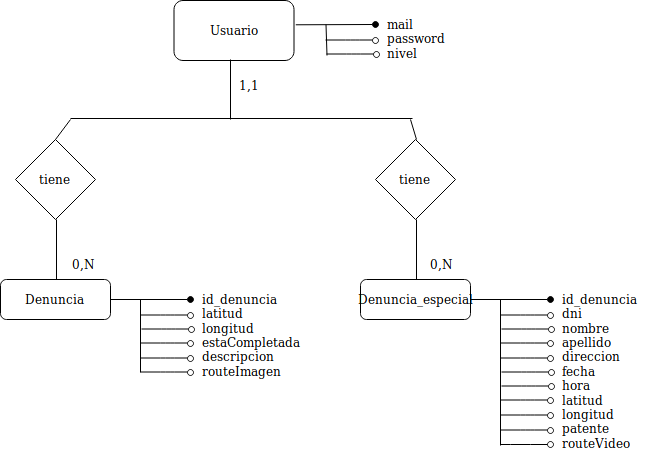
The draw.io diagram documentacion/DER GarbageMap.png in santiago-a-vidal/GarbageMap, before a commit. Source tidied: cells renumbered, new cells last; positions are measured from the earlier drawing's top-left corner, leaving out a move shared by most shapes.
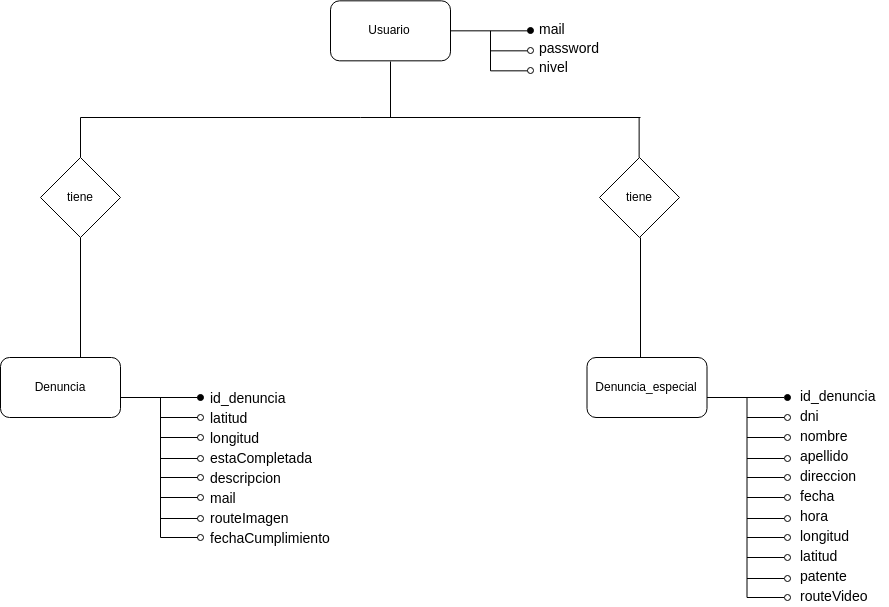
The same diagram one commit later.

Diff of the diagram source:
```diff
@@ -1,255 +1,214 @@
-<mxGraphModel>
+<mxGraphModel background="#ffffff">
   <root>
     <mxCell id="0" />
     <mxCell id="1" parent="0" />
+    <mxCell id="19" value="Denuncia" style="rounded=1;whiteSpace=wrap;html=1;" parent="1" vertex="1">
+      <mxGeometry x="-10" y="339" width="120" height="60" as="geometry" />
+    </mxCell>
+    <mxCell id="5" value="Denuncia_especial" style="rounded=1;whiteSpace=wrap;html=1;" parent="1" vertex="1">
+      <mxGeometry x="576.5" y="339" width="120" height="60" as="geometry" />
+    </mxCell>
     <mxCell id="2" value="Usuario" style="rounded=1;whiteSpace=wrap;html=1;" parent="1" vertex="1">
-      <mxGeometry x="173.5" width="120" height="60" as="geometry" />
+      <mxGeometry x="320" y="-17.7" width="120" height="60" as="geometry" />
     </mxCell>
-    <mxCell id="3" value="tiene" style="rhombus;whiteSpace=wrap;html=1;" parent="1" vertex="1">
-      <mxGeometry x="375" y="139" width="80" height="80" as="geometry" />
-    </mxCell>
-    <mxCell id="4" style="rounded=0;jettySize=auto;html=1;exitX=1;exitY=0.5;exitDx=0;exitDy=0;strokeColor=#000000;startArrow=none;startFill=0;jumpStyle=gap;strokeWidth=1;endArrow=oval;endFill=1;" parent="1" edge="1" source="5">
-      <mxGeometry relative="1" as="geometry">
-        <mxPoint x="550" y="299" as="targetPoint" />
-      </mxGeometry>
-    </mxCell>
-    <mxCell id="5" value="Denuncia_especial" style="rounded=1;whiteSpace=wrap;html=1;" parent="1" vertex="1">
-      <mxGeometry x="360" y="279" width="110" height="40" as="geometry" />
-    </mxCell>
-    <mxCell id="6" style="endArrow=none;html=1;strokeColor=#000000;strokeWidth=1;endFill=0;arcSize=20;" parent="1" edge="1">
-      <mxGeometry relative="1" as="geometry">
-        <mxPoint x="500" y="299" as="sourcePoint" />
-        <mxPoint x="500" y="445" as="targetPoint" />
-      </mxGeometry>
-    </mxCell>
-    <mxCell id="7" style="endArrow=oval;html=1;strokeColor=#000000;strokeWidth=1;startArrow=none;startFill=0;endFill=0;" parent="1" edge="1">
-      <mxGeometry relative="1" as="geometry">
-        <mxPoint x="500" y="314.5" as="sourcePoint" />
-        <mxPoint x="550" y="314.5" as="targetPoint" />
-        <Array as="points">
-          <mxPoint x="530" y="314.5" />
-        </Array>
-      </mxGeometry>
-    </mxCell>
-    <mxCell id="8" style="endArrow=oval;html=1;strokeColor=#000000;strokeWidth=1;endFill=0;" parent="1" edge="1">
-      <mxGeometry relative="1" as="geometry">
-        <mxPoint x="501" y="328.5" as="sourcePoint" />
-        <mxPoint x="551" y="328.5" as="targetPoint" />
-        <Array as="points">
-          <mxPoint x="531" y="328.5" />
-        </Array>
-      </mxGeometry>
-    </mxCell>
-    <mxCell id="9" style="endArrow=oval;html=1;strokeColor=#000000;strokeWidth=1;endFill=0;" parent="1" edge="1">
-      <mxGeometry relative="1" as="geometry">
-        <mxPoint x="500" y="342.5" as="sourcePoint" />
-        <mxPoint x="550" y="342.5" as="targetPoint" />
-        <Array as="points">
-          <mxPoint x="530" y="342.5" />
-        </Array>
-      </mxGeometry>
-    </mxCell>
-    <mxCell id="10" style="endArrow=oval;html=1;strokeColor=#000000;strokeWidth=1;endFill=0;" parent="1" edge="1">
-      <mxGeometry relative="1" as="geometry">
-        <mxPoint x="500" y="357.5" as="sourcePoint" />
-        <mxPoint x="550" y="357.5" as="targetPoint" />
-        <Array as="points">
-          <mxPoint x="530" y="357.5" />
-        </Array>
-      </mxGeometry>
-    </mxCell>
-    <mxCell id="11" style="endArrow=oval;html=1;strokeColor=#000000;strokeWidth=1;endFill=0;" parent="1" edge="1">
-      <mxGeometry relative="1" as="geometry">
-        <mxPoint x="501" y="371.5" as="sourcePoint" />
-        <mxPoint x="551" y="371.5" as="targetPoint" />
-        <Array as="points">
-          <mxPoint x="531" y="371.5" />
-        </Array>
-      </mxGeometry>
-    </mxCell>
-    <mxCell id="12" style="endArrow=oval;html=1;strokeColor=#000000;strokeWidth=1;endFill=0;" parent="1" edge="1">
-      <mxGeometry relative="1" as="geometry">
-        <mxPoint x="501" y="385.5" as="sourcePoint" />
-        <mxPoint x="551" y="385.5" as="targetPoint" />
-        <Array as="points">
-          <mxPoint x="531" y="385.5" />
-        </Array>
-      </mxGeometry>
-    </mxCell>
-    <mxCell id="13" style="endArrow=oval;html=1;strokeColor=#000000;strokeWidth=1;endFill=0;" parent="1" edge="1">
-      <mxGeometry relative="1" as="geometry">
-        <mxPoint x="500" y="399.5" as="sourcePoint" />
-        <mxPoint x="550" y="399.5" as="targetPoint" />
-        <Array as="points">
-          <mxPoint x="530" y="399.5" />
-        </Array>
-      </mxGeometry>
-    </mxCell>
-    <mxCell id="14" style="endArrow=oval;html=1;strokeColor=#000000;strokeWidth=1;endFill=0;" parent="1" edge="1">
-      <mxGeometry relative="1" as="geometry">
-        <mxPoint x="500" y="414.5" as="sourcePoint" />
-        <mxPoint x="550" y="414.5" as="targetPoint" />
-        <Array as="points">
-          <mxPoint x="530" y="414.5" />
-        </Array>
-      </mxGeometry>
-    </mxCell>
-    <mxCell id="15" style="endArrow=oval;html=1;strokeColor=#000000;strokeWidth=1;endFill=0;" parent="1" edge="1">
-      <mxGeometry relative="1" as="geometry">
-        <mxPoint x="500" y="429.5" as="sourcePoint" />
-        <mxPoint x="550" y="429.5" as="targetPoint" />
-        <Array as="points">
-          <mxPoint x="530" y="429.5" />
-        </Array>
-      </mxGeometry>
-    </mxCell>
-    <mxCell id="16" style="endArrow=oval;html=1;strokeColor=#000000;strokeWidth=1;endFill=0;" parent="1" edge="1">
-      <mxGeometry relative="1" as="geometry">
-        <mxPoint x="500" y="444" as="sourcePoint" />
-        <mxPoint x="550" y="444" as="targetPoint" />
-        <Array as="points">
-          <mxPoint x="520" y="444" />
-        </Array>
-      </mxGeometry>
-    </mxCell>
-    <mxCell id="17" value="&lt;div&gt;id_denuncia&lt;/div&gt;&lt;div&gt;dni&lt;/div&gt;&lt;div&gt;nombre&lt;/div&gt;&lt;div&gt;apellido&lt;/div&gt;&lt;div&gt;direccion&lt;/div&gt;&lt;div&gt;fecha&lt;/div&gt;&lt;div&gt;hora&lt;/div&gt;&lt;div&gt;latitud&lt;/div&gt;&lt;div&gt;longitud&lt;/div&gt;&lt;div&gt;patente &lt;br&gt;&lt;/div&gt;&lt;div&gt;routeVideo&lt;br&gt;&lt;/div&gt;" style="text;html=1;align=left;verticalAlign=top;spacingTop=-4;" parent="1" vertex="1">
-      <mxGeometry x="560" y="289" width="90" height="160" as="geometry" />
-    </mxCell>
-    <mxCell id="18" style="rounded=0;jettySize=auto;html=1;exitX=1;exitY=0.5;exitDx=0;exitDy=0;strokeColor=#000000;startArrow=none;startFill=0;jumpStyle=gap;strokeWidth=1;endArrow=oval;endFill=1;" parent="1" edge="1" source="19">
-      <mxGeometry relative="1" as="geometry">
-        <mxPoint x="190" y="299" as="targetPoint" />
-      </mxGeometry>
-    </mxCell>
-    <mxCell id="19" value="Denuncia" style="rounded=1;whiteSpace=wrap;html=1;" parent="1" vertex="1">
-      <mxGeometry y="279" width="110" height="40" as="geometry" />
-    </mxCell>
-    <mxCell id="20" style="endArrow=none;html=1;strokeColor=#000000;strokeWidth=1;endFill=0;arcSize=0;" parent="1" edge="1">
-      <mxGeometry relative="1" as="geometry">
-        <mxPoint x="140" y="299" as="sourcePoint" />
-        <mxPoint x="140" y="372" as="targetPoint" />
-      </mxGeometry>
-    </mxCell>
-    <mxCell id="21" style="endArrow=oval;html=1;strokeColor=#000000;strokeWidth=1;startArrow=none;startFill=0;endFill=0;" parent="1" edge="1">
-      <mxGeometry relative="1" as="geometry">
-        <mxPoint x="140" y="314.5" as="sourcePoint" />
-        <mxPoint x="190" y="314.5" as="targetPoint" />
-        <Array as="points">
-          <mxPoint x="170" y="314.5" />
-        </Array>
-      </mxGeometry>
-    </mxCell>
-    <mxCell id="22" style="endArrow=oval;html=1;strokeColor=#000000;strokeWidth=1;endFill=0;" parent="1" edge="1">
-      <mxGeometry relative="1" as="geometry">
-        <mxPoint x="141" y="328.5" as="sourcePoint" />
-        <mxPoint x="191" y="328.5" as="targetPoint" />
-        <Array as="points">
-          <mxPoint x="171" y="328.5" />
-        </Array>
-      </mxGeometry>
-    </mxCell>
-    <mxCell id="23" style="endArrow=oval;html=1;strokeColor=#000000;strokeWidth=1;endFill=0;" parent="1" edge="1">
-      <mxGeometry relative="1" as="geometry">
-        <mxPoint x="140" y="342.5" as="sourcePoint" />
-        <mxPoint x="190" y="342.5" as="targetPoint" />
-        <Array as="points">
-          <mxPoint x="170" y="342.5" />
-        </Array>
-      </mxGeometry>
-    </mxCell>
-    <mxCell id="24" style="endArrow=oval;html=1;strokeColor=#000000;strokeWidth=1;endFill=0;" parent="1" edge="1">
-      <mxGeometry relative="1" as="geometry">
-        <mxPoint x="140" y="357.5" as="sourcePoint" />
-        <mxPoint x="190" y="357.5" as="targetPoint" />
-        <Array as="points">
-          <mxPoint x="170" y="357.5" />
-        </Array>
-      </mxGeometry>
-    </mxCell>
-    <mxCell id="25" style="endArrow=oval;html=1;strokeColor=#000000;strokeWidth=1;endFill=0;" parent="1" edge="1">
-      <mxGeometry relative="1" as="geometry">
-        <mxPoint x="140" y="371.5" as="sourcePoint" />
-        <mxPoint x="190" y="371.5" as="targetPoint" />
-        <Array as="points">
-          <mxPoint x="170" y="371.5" />
-        </Array>
-      </mxGeometry>
-    </mxCell>
-    <mxCell id="26" value="&lt;div&gt;id_denuncia&lt;/div&gt;&lt;div&gt;latitud&lt;/div&gt;&lt;div&gt;longitud&lt;/div&gt;&lt;div&gt;estaCompletada&lt;br&gt;&lt;/div&gt;&lt;div&gt;descripcion&lt;/div&gt;&lt;div&gt;routeImagen&lt;br&gt;&lt;/div&gt;" style="text;html=1;align=left;verticalAlign=top;spacingTop=-4;" parent="1" vertex="1">
-      <mxGeometry x="200" y="289" width="120" height="90" as="geometry" />
-    </mxCell>
-    <mxCell id="27" value="tiene" style="rhombus;whiteSpace=wrap;html=1;" parent="1" vertex="1">
-      <mxGeometry x="15" y="139" width="80" height="80" as="geometry" />
-    </mxCell>
-    <mxCell id="28" style="rounded=0;orthogonalLoop=1;jettySize=auto;html=1;exitX=1;exitY=0.5;exitDx=0;exitDy=0;strokeColor=#000000;startArrow=none;startFill=0;jumpStyle=gap;strokeWidth=1;endArrow=oval;endFill=1;" parent="1" edge="1">
-      <mxGeometry relative="1" as="geometry">
-        <mxPoint x="295.3" y="24.3" as="sourcePoint" />
-        <mxPoint x="375" y="24" as="targetPoint" />
-      </mxGeometry>
-    </mxCell>
-    <mxCell id="29" style="endArrow=none;html=1;strokeColor=#000000;strokeWidth=1;endFill=0;arcSize=0;" parent="1" edge="1">
-      <mxGeometry relative="1" as="geometry">
-        <mxPoint x="325.5" y="24" as="sourcePoint" />
-        <mxPoint x="326.5" y="55" as="targetPoint" />
-      </mxGeometry>
-    </mxCell>
-    <mxCell id="30" style="endArrow=oval;html=1;strokeColor=#000000;strokeWidth=1;startArrow=none;startFill=0;endFill=0;" parent="1" edge="1">
-      <mxGeometry relative="1" as="geometry">
-        <mxPoint x="325" y="39.5" as="sourcePoint" />
-        <mxPoint x="375" y="39.5" as="targetPoint" />
-        <Array as="points">
-          <mxPoint x="355" y="39.5" />
-        </Array>
-      </mxGeometry>
-    </mxCell>
-    <mxCell id="31" style="endArrow=oval;html=1;strokeColor=#000000;strokeWidth=1;endFill=0;" parent="1" edge="1">
-      <mxGeometry relative="1" as="geometry">
-        <mxPoint x="326" y="53.5" as="sourcePoint" />
-        <mxPoint x="376" y="53.5" as="targetPoint" />
-        <Array as="points">
-          <mxPoint x="356" y="53.5" />
-        </Array>
-      </mxGeometry>
-    </mxCell>
+    <mxCell id="42" style="endArrow=oval;html=1;endFill=1;" parent="1" edge="1">
+      <mxGeometry relative="1" as="geometry">
+        <mxPoint x="110" y="379" as="sourcePoint" />
+        <mxPoint x="190" y="379" as="targetPoint" />
+      </mxGeometry>
+    </mxCell>
+    <mxCell id="43" style="endArrow=none;html=1;" parent="1" edge="1">
+      <mxGeometry relative="1" as="geometry">
+        <mxPoint x="150" y="519" as="sourcePoint" />
+        <mxPoint x="150" y="379" as="targetPoint" />
+      </mxGeometry>
+    </mxCell>
+    <mxCell id="44" style="endArrow=oval;html=1;endFill=0;" parent="1" edge="1">
+      <mxGeometry relative="1" as="geometry">
+        <mxPoint x="150" y="399" as="sourcePoint" />
+        <mxPoint x="190" y="399" as="targetPoint" />
+      </mxGeometry>
+    </mxCell>
+    <mxCell id="45" style="endArrow=oval;html=1;endFill=0;" parent="1" edge="1">
+      <mxGeometry relative="1" as="geometry">
+        <mxPoint x="150" y="419" as="sourcePoint" />
+        <mxPoint x="190" y="419" as="targetPoint" />
+      </mxGeometry>
+    </mxCell>
+    <mxCell id="46" style="endArrow=oval;html=1;endFill=0;" parent="1" edge="1">
+      <mxGeometry relative="1" as="geometry">
+        <mxPoint x="150" y="440" as="sourcePoint" />
+        <mxPoint x="190" y="440" as="targetPoint" />
+      </mxGeometry>
+    </mxCell>
+    <mxCell id="47" style="endArrow=oval;html=1;endFill=0;" parent="1" edge="1">
+      <mxGeometry relative="1" as="geometry">
+        <mxPoint x="150" y="459" as="sourcePoint" />
+        <mxPoint x="190" y="459" as="targetPoint" />
+      </mxGeometry>
+    </mxCell>
+    <mxCell id="48" style="endArrow=oval;html=1;endFill=0;" parent="1" edge="1">
+      <mxGeometry relative="1" as="geometry">
+        <mxPoint x="150" y="479" as="sourcePoint" />
+        <mxPoint x="190" y="479" as="targetPoint" />
+      </mxGeometry>
+    </mxCell>
+    <mxCell id="49" style="endArrow=oval;html=1;endFill=0;" parent="1" edge="1">
+      <mxGeometry relative="1" as="geometry">
+        <mxPoint x="150" y="500" as="sourcePoint" />
+        <mxPoint x="190" y="500" as="targetPoint" />
+      </mxGeometry>
+    </mxCell>
+    <mxCell id="50" style="endArrow=oval;html=1;endFill=0;" parent="1" edge="1">
+      <mxGeometry relative="1" as="geometry">
+        <mxPoint x="150" y="519" as="sourcePoint" />
+        <mxPoint x="190" y="519" as="targetPoint" />
+      </mxGeometry>
+    </mxCell>
+    <mxCell id="51" style="endArrow=oval;html=1;endFill=1;" parent="1" edge="1">
+      <mxGeometry relative="1" as="geometry">
+        <mxPoint x="696.5" y="379" as="sourcePoint" />
+        <mxPoint x="776.5" y="379" as="targetPoint" />
+      </mxGeometry>
+    </mxCell>
+    <mxCell id="52" style="endArrow=none;html=1;" parent="1" edge="1">
+      <mxGeometry relative="1" as="geometry">
+        <mxPoint x="736.5" y="579" as="sourcePoint" />
+        <mxPoint x="736.5" y="379" as="targetPoint" />
+      </mxGeometry>
+    </mxCell>
+    <mxCell id="53" style="endArrow=oval;html=1;endFill=0;" parent="1" edge="1">
+      <mxGeometry relative="1" as="geometry">
+        <mxPoint x="736.5" y="399" as="sourcePoint" />
+        <mxPoint x="776.5" y="399" as="targetPoint" />
+      </mxGeometry>
+    </mxCell>
+    <mxCell id="54" style="endArrow=oval;html=1;endFill=0;" parent="1" edge="1">
+      <mxGeometry relative="1" as="geometry">
+        <mxPoint x="736.5" y="419" as="sourcePoint" />
+        <mxPoint x="776.5" y="419" as="targetPoint" />
+      </mxGeometry>
+    </mxCell>
+    <mxCell id="55" style="endArrow=oval;html=1;endFill=0;" parent="1" edge="1">
+      <mxGeometry relative="1" as="geometry">
+        <mxPoint x="736.5" y="440" as="sourcePoint" />
+        <mxPoint x="776.5" y="440" as="targetPoint" />
+      </mxGeometry>
+    </mxCell>
+    <mxCell id="56" style="endArrow=oval;html=1;endFill=0;" parent="1" edge="1">
+      <mxGeometry relative="1" as="geometry">
+        <mxPoint x="736.5" y="459" as="sourcePoint" />
+        <mxPoint x="776.5" y="459" as="targetPoint" />
+      </mxGeometry>
+    </mxCell>
+    <mxCell id="57" style="endArrow=oval;html=1;endFill=0;" parent="1" edge="1">
+      <mxGeometry relative="1" as="geometry">
+        <mxPoint x="736.5" y="479" as="sourcePoint" />
+        <mxPoint x="776.5" y="479" as="targetPoint" />
+      </mxGeometry>
+    </mxCell>
+    <mxCell id="58" style="endArrow=oval;html=1;endFill=0;" parent="1" edge="1">
+      <mxGeometry relative="1" as="geometry">
+        <mxPoint x="736.5" y="500" as="sourcePoint" />
+        <mxPoint x="776.5" y="500" as="targetPoint" />
+      </mxGeometry>
+    </mxCell>
+    <mxCell id="59" style="endArrow=oval;html=1;endFill=0;" parent="1" edge="1">
+      <mxGeometry relative="1" as="geometry">
+        <mxPoint x="736.5" y="519" as="sourcePoint" />
+        <mxPoint x="776.5" y="519" as="targetPoint" />
+      </mxGeometry>
+    </mxCell>
+    <mxCell id="60" style="endArrow=oval;html=1;endFill=0;" parent="1" edge="1">
+      <mxGeometry relative="1" as="geometry">
+        <mxPoint x="736.5" y="539" as="sourcePoint" />
+        <mxPoint x="776.5" y="539" as="targetPoint" />
+      </mxGeometry>
+    </mxCell>
+    <mxCell id="61" style="endArrow=oval;html=1;endFill=0;" parent="1" edge="1">
+      <mxGeometry relative="1" as="geometry">
+        <mxPoint x="736.5" y="560" as="sourcePoint" />
+        <mxPoint x="776.5" y="560" as="targetPoint" />
+      </mxGeometry>
+    </mxCell>
+    <mxCell id="62" style="endArrow=oval;html=1;endFill=0;" parent="1" edge="1">
+      <mxGeometry relative="1" as="geometry">
+        <mxPoint x="736.5" y="579" as="sourcePoint" />
+        <mxPoint x="776.5" y="579" as="targetPoint" />
+      </mxGeometry>
+    </mxCell>
+    <mxCell id="63" style="endArrow=oval;html=1;endFill=1;" parent="1" edge="1">
+      <mxGeometry relative="1" as="geometry">
+        <mxPoint x="440" y="12.3" as="sourcePoint" />
+        <mxPoint x="520" y="12.3" as="targetPoint" />
+      </mxGeometry>
+    </mxCell>
+    <mxCell id="64" style="endArrow=oval;html=1;endFill=0;" parent="1" edge="1">
+      <mxGeometry relative="1" as="geometry">
+        <mxPoint x="480" y="32.3" as="sourcePoint" />
+        <mxPoint x="520" y="32.3" as="targetPoint" />
+      </mxGeometry>
+    </mxCell>
+    <mxCell id="65" style="endArrow=oval;html=1;endFill=0;" parent="1" edge="1">
+      <mxGeometry relative="1" as="geometry">
+        <mxPoint x="480" y="52.3" as="sourcePoint" />
+        <mxPoint x="520" y="52.3" as="targetPoint" />
+      </mxGeometry>
+    </mxCell>
+    <mxCell id="66" style="endArrow=none;html=1;" parent="1" edge="1">
+      <mxGeometry relative="1" as="geometry">
+        <mxPoint x="480" y="52.3" as="sourcePoint" />
+        <mxPoint x="480" y="12.3" as="targetPoint" />
+      </mxGeometry>
+    </mxCell>
-    <mxCell id="32" value="&lt;div&gt;mail&lt;/div&gt;&lt;div&gt;password&lt;/div&gt;&lt;div&gt;nivel&lt;br&gt;&lt;/div&gt;" style="text;html=1;align=left;verticalAlign=top;spacingTop=-4;" parent="1" vertex="1">
-      <mxGeometry x="385" y="14" width="70" height="40" as="geometry" />
+    <mxCell id="32" value="&lt;font style=&quot;font-size: 14px ; line-height: 140%&quot;&gt;mail&lt;br&gt;password&lt;br&gt;nivel&lt;/font&gt;&lt;br&gt;" style="text;html=1;align=left;verticalAlign=top;spacingTop=-4;perimeterSpacing=0;" parent="1" vertex="1">
+      <mxGeometry x="527" y="-0.7" width="80" height="60" as="geometry" />
     </mxCell>
-    <mxCell id="33" style="endArrow=none;html=1;strokeColor=#000000;strokeWidth=1;" parent="1" edge="1">
-      <mxGeometry relative="1" as="geometry">
-        <mxPoint x="230" y="119" as="sourcePoint" />
-        <mxPoint x="230" y="59" as="targetPoint" />
-      </mxGeometry>
-    </mxCell>
-    <mxCell id="34" style="endArrow=none;html=1;strokeColor=#000000;strokeWidth=1;" parent="1" edge="1">
-      <mxGeometry relative="1" as="geometry">
-        <mxPoint x="70" y="118" as="sourcePoint" />
-        <mxPoint x="412" y="118" as="targetPoint" />
-      </mxGeometry>
-    </mxCell>
-    <mxCell id="35" style="endArrow=none;html=1;strokeColor=#000000;strokeWidth=1;exitX=0.5;exitY=0;exitDx=0;exitDy=0;" parent="1" edge="1" source="3">
-      <mxGeometry relative="1" as="geometry">
-        <mxPoint x="410" y="119" as="targetPoint" />
-      </mxGeometry>
-    </mxCell>
-    <mxCell id="36" style="endArrow=none;html=1;strokeColor=#000000;strokeWidth=1;" parent="1" edge="1">
-      <mxGeometry relative="1" as="geometry">
-        <mxPoint x="55" y="139" as="sourcePoint" />
-        <mxPoint x="70" y="119" as="targetPoint" />
-      </mxGeometry>
-    </mxCell>
-    <mxCell id="37" style="endArrow=none;html=1;strokeColor=#000000;strokeWidth=1;entryX=0.5;entryY=1;entryDx=0;entryDy=0;exitX=0.5;exitY=0;exitDx=0;exitDy=0;" parent="1" edge="1" source="19" target="27">
-      <mxGeometry relative="1" as="geometry" />
-    </mxCell>
-    <mxCell id="38" style="endArrow=none;html=1;strokeColor=#000000;strokeWidth=1;entryX=0.5;entryY=1;entryDx=0;entryDy=0;exitX=0.5;exitY=0;exitDx=0;exitDy=0;" parent="1" edge="1" source="5" target="3">
-      <mxGeometry relative="1" as="geometry" />
-    </mxCell>
-    <mxCell id="39" value="1,1" style="text;html=1;align=left;verticalAlign=top;spacingTop=-4;" parent="1" vertex="1">
-      <mxGeometry x="237" y="75" width="30" height="20" as="geometry" />
-    </mxCell>
-    <mxCell id="40" value="0,N" style="text;html=1;align=left;verticalAlign=top;spacingTop=-4;" parent="1" vertex="1">
-      <mxGeometry x="428" y="254" width="40" height="20" as="geometry" />
-    </mxCell>
-    <mxCell id="41" value="0,N" style="text;html=1;align=left;verticalAlign=top;spacingTop=-4;" parent="1" vertex="1">
-      <mxGeometry x="70" y="254" width="40" height="20" as="geometry" />
-    </mxCell>
+    <mxCell id="67" value="&lt;font style=&quot;font-size: 14px ; line-height: 145%&quot;&gt;&lt;font style=&quot;line-height: 140% ; font-size: 14px&quot;&gt;id_denuncia&lt;br&gt;&lt;/font&gt;latitud&lt;br&gt;longitud&lt;br&gt;estaCompletada&lt;br&gt;descripcion&lt;br&gt;mail&lt;br&gt;routeImagen&lt;br&gt;fechaCumplimiento&lt;/font&gt;&lt;br&gt;" style="text;html=1;align=left;verticalAlign=top;spacingTop=-4;perimeterSpacing=0;" parent="1" vertex="1">
+      <mxGeometry x="198" y="366.9" width="140" height="160" as="geometry" />
+    </mxCell>
+    <mxCell id="68" value="&lt;font style=&quot;font-size: 14px ; line-height: 145%&quot;&gt;id_denuncia&lt;br&gt;dni&lt;br&gt;nombre&lt;br&gt;apellido&lt;br&gt;direccion&lt;br&gt;fecha&lt;br&gt;hora&lt;br&gt;longitud&lt;br&gt;latitud&lt;br&gt;patente&lt;br&gt;routeVideo&lt;/font&gt;&lt;br&gt;" style="text;html=1;align=left;verticalAlign=top;spacingTop=-4;" parent="1" vertex="1">
+      <mxGeometry x="787.5" y="365" width="90" height="220" as="geometry" />
+    </mxCell>
+    <mxCell id="69" style="endArrow=none;html=1;" parent="1" edge="1">
+      <mxGeometry relative="1" as="geometry">
+        <mxPoint x="630" y="339" as="sourcePoint" />
+        <mxPoint x="630" y="219" as="targetPoint" />
+      </mxGeometry>
+    </mxCell>
+    <mxCell id="70" style="endArrow=none;html=1;" parent="1" edge="1">
+      <mxGeometry relative="1" as="geometry">
+        <mxPoint x="70" y="339" as="sourcePoint" />
+        <mxPoint x="70" y="219" as="targetPoint" />
+      </mxGeometry>
+    </mxCell>
+    <mxCell id="71" value="tiene" style="rhombus;whiteSpace=wrap;html=1;" parent="1" vertex="1">
+      <mxGeometry x="30" y="139" width="80" height="80" as="geometry" />
+    </mxCell>
+    <mxCell id="72" value="tiene" style="rhombus;whiteSpace=wrap;html=1;" parent="1" vertex="1">
+      <mxGeometry x="589" y="139" width="80" height="80" as="geometry" />
+    </mxCell>
+    <mxCell id="73" style="endArrow=none;html=1;exitX=0.5;exitY=0;exitDx=0;exitDy=0;" parent="1" edge="1" source="71">
+      <mxGeometry relative="1" as="geometry">
+        <mxPoint x="70" y="99" as="targetPoint" />
+      </mxGeometry>
+    </mxCell>
+    <mxCell id="74" style="endArrow=none;html=1;exitX=0.5;exitY=0;exitDx=0;exitDy=0;" parent="1" edge="1">
+      <mxGeometry relative="1" as="geometry">
+        <mxPoint x="628.6" y="139" as="sourcePoint" />
+        <mxPoint x="628.6" y="99" as="targetPoint" />
+      </mxGeometry>
+    </mxCell>
+    <mxCell id="75" style="endArrow=none;html=1;" parent="1" edge="1">
+      <mxGeometry relative="1" as="geometry">
+        <mxPoint x="70" y="99" as="sourcePoint" />
+        <mxPoint x="630" y="99" as="targetPoint" />
+      </mxGeometry>
+    </mxCell>
+    <mxCell id="76" style="endArrow=none;html=1;entryX=0.5;entryY=1;entryDx=0;entryDy=0;" parent="1" edge="1" target="2">
+      <mxGeometry relative="1" as="geometry">
+        <mxPoint x="380" y="99" as="sourcePoint" />
+      </mxGeometry>
+    </mxCell>
   </root>
 </mxGraphModel>
```
